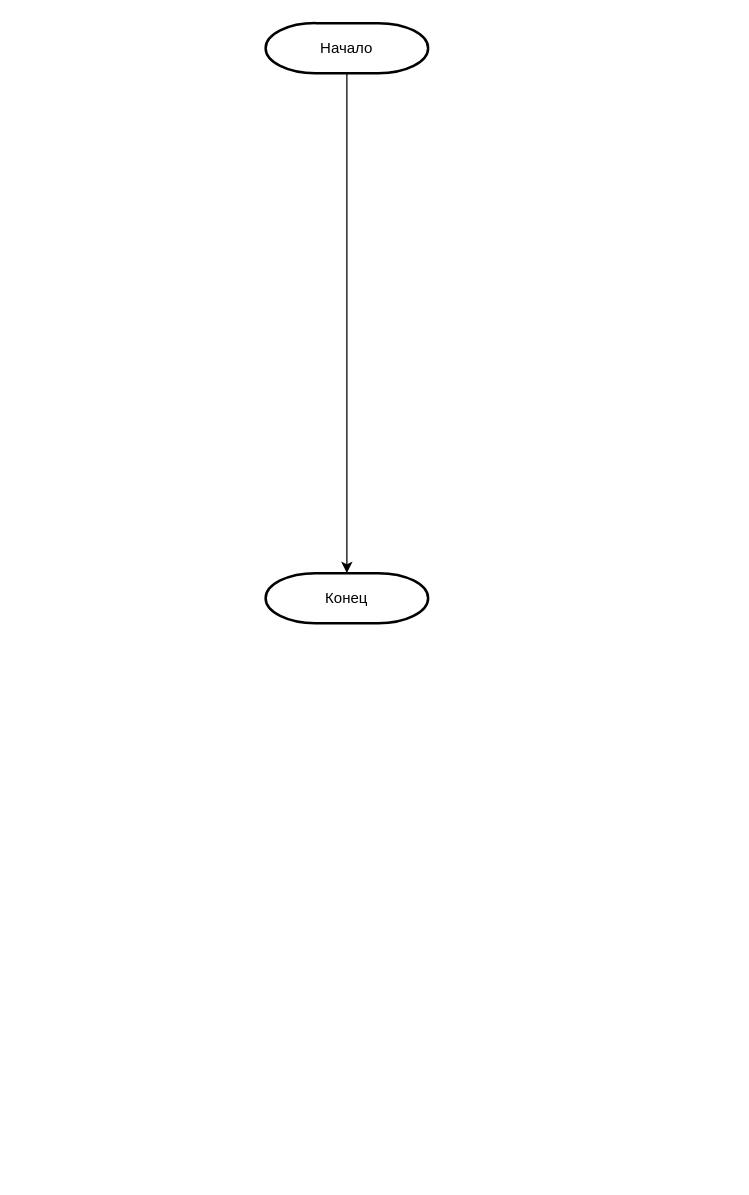
Before: Algorithm_OPZ/(4. ЧИ) Алгоритм Генерация СЗИ.drawio in SmirnovBogdan8/Diplom, a draw.io diagram. Source tidied: cells renumbered, new cells numbered last; positions are measured from the earlier drawing's top-left corner, leaving out a move shared by most shapes. Both pictures are drawn from the tidied source at 125%, with x=0, y=0 at pixel (265, 22).
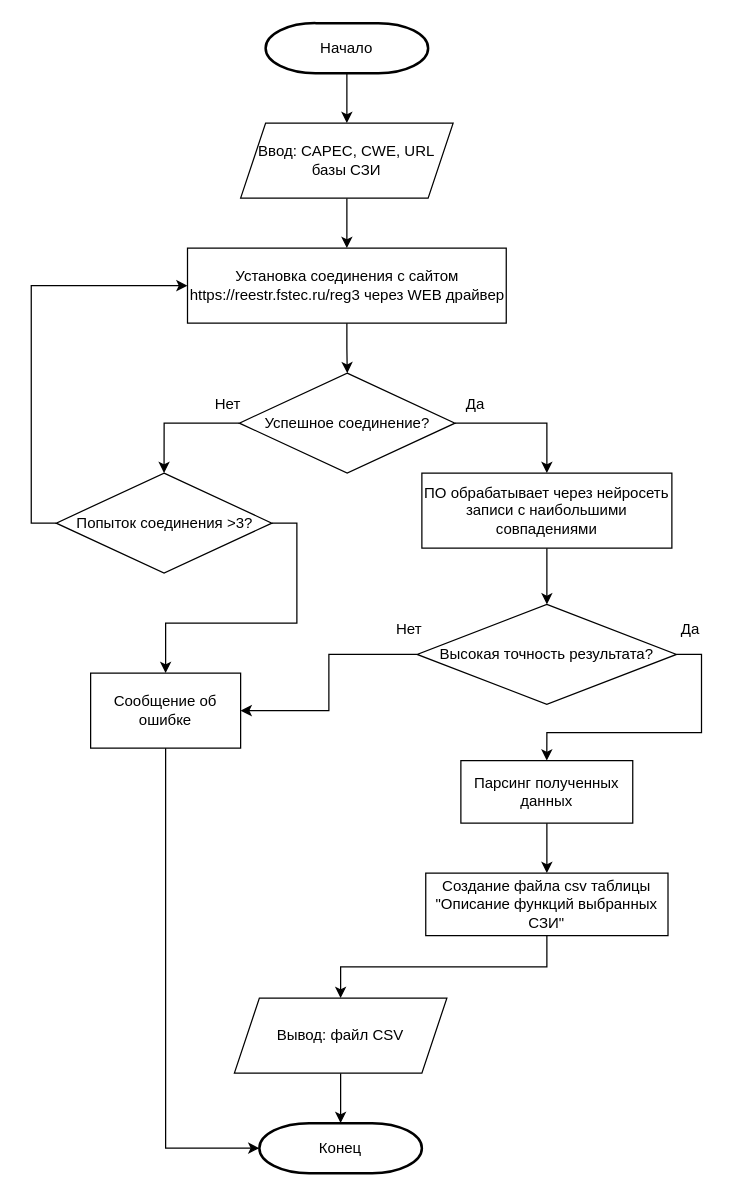
The same page after the edit.

The change refers to these unchanged cells:
```xml
<mxCell id="3" value="Начало" style="strokeWidth=2;html=1;shape=mxgraph.flowchart.terminator;whiteSpace=wrap;" parent="1" vertex="1">
  <mxGeometry width="130" height="40" as="geometry" />
</mxCell>
```

What changed in the source:
```diff
@@
-    <mxCell id="2" style="edgeStyle=orthogonalEdgeStyle;rounded=0;jettySize=auto;html=1;exitX=0.5;exitY=1;exitDx=0;exitDy=0;exitPerimeter=0;" parent="1" edge="1" source="3" target="4">
-      <mxGeometry relative="1" as="geometry" />
-    </mxCell>
+    <mxCell id="5" style="edgeStyle=orthogonalEdgeStyle;rounded=0;jettySize=auto;html=1;" parent="1" edge="1" source="3" target="7">
+      <mxGeometry relative="1" as="geometry" />
+    </mxCell>
@@
     <mxCell id="4" value="Конец" style="strokeWidth=2;html=1;shape=mxgraph.flowchart.terminator;whiteSpace=wrap;" parent="1" vertex="1">
-      <mxGeometry y="440" width="130" height="40" as="geometry" />
+      <mxGeometry x="-5" y="880" width="130" height="40" as="geometry" />
     </mxCell>
+    <mxCell id="6" style="edgeStyle=orthogonalEdgeStyle;rounded=0;jettySize=auto;html=1;" parent="1" edge="1" source="7" target="9">
+      <mxGeometry relative="1" as="geometry" />
+    </mxCell>
+    <mxCell id="7" value="Ввод: CAPEC, CWE, URL базы СЗИ" style="shape=parallelogram;perimeter=parallelogramPerimeter;whiteSpace=wrap;html=1;fixedSize=1;" parent="1" vertex="1">
+      <mxGeometry x="-20" y="80" width="170" height="60" as="geometry" />
+    </mxCell>
+    <mxCell id="8" style="edgeStyle=orthogonalEdgeStyle;rounded=0;jettySize=auto;html=1;" parent="1" edge="1" source="9" target="12">
+      <mxGeometry relative="1" as="geometry" />
+    </mxCell>
+    <mxCell id="9" value="Установка соединения с сайтом https://reestr.&lt;span style=&quot;background-color: initial;&quot;&gt;fstec.ru/&lt;/span&gt;&lt;span style=&quot;background-color: initial;&quot;&gt;reg3&lt;/span&gt;&amp;nbsp;через WEB драйвер" style="rounded=0;whiteSpace=wrap;html=1;" parent="1" vertex="1">
+      <mxGeometry x="-62.5" y="180" width="255" height="60" as="geometry" />
+    </mxCell>
+    <mxCell id="10" style="edgeStyle=orthogonalEdgeStyle;rounded=0;jettySize=auto;html=1;exitX=0;exitY=0.5;exitDx=0;exitDy=0;entryX=0.5;entryY=0;entryDx=0;entryDy=0;" parent="1" edge="1" source="12" target="15">
+      <mxGeometry relative="1" as="geometry" />
+    </mxCell>
+    <mxCell id="11" style="edgeStyle=orthogonalEdgeStyle;rounded=0;jettySize=auto;html=1;exitX=1;exitY=0.5;exitDx=0;exitDy=0;entryX=0.5;entryY=0;entryDx=0;entryDy=0;" parent="1" edge="1" source="12" target="19">
+      <mxGeometry relative="1" as="geometry" />
+    </mxCell>
+    <mxCell id="12" value="Успешное соединение?" style="rhombus;whiteSpace=wrap;html=1;" parent="1" vertex="1">
+      <mxGeometry x="-21" y="280" width="172.5" height="80" as="geometry" />
+    </mxCell>
+    <mxCell id="13" style="edgeStyle=orthogonalEdgeStyle;rounded=0;jettySize=auto;html=1;exitX=1;exitY=0.5;exitDx=0;exitDy=0;entryX=0.5;entryY=0;entryDx=0;entryDy=0;" parent="1" edge="1" source="15" target="16">
+      <mxGeometry relative="1" as="geometry" />
+    </mxCell>
+    <mxCell id="14" style="edgeStyle=orthogonalEdgeStyle;rounded=0;jettySize=auto;html=1;exitX=0;exitY=0.5;exitDx=0;exitDy=0;entryX=0;entryY=0.5;entryDx=0;entryDy=0;" parent="1" edge="1" source="15" target="9">
+      <mxGeometry relative="1" as="geometry" />
+    </mxCell>
+    <mxCell id="15" value="Попыток соединения &amp;gt;3?" style="rhombus;whiteSpace=wrap;html=1;" parent="1" vertex="1">
+      <mxGeometry x="-167.5" y="360" width="172.5" height="80" as="geometry" />
+    </mxCell>
+    <mxCell id="16" value="Сообщение об ошибке" style="rounded=0;whiteSpace=wrap;html=1;" parent="1" vertex="1">
+      <mxGeometry x="-140" y="520" width="120" height="60" as="geometry" />
+    </mxCell>
+    <mxCell id="17" style="edgeStyle=orthogonalEdgeStyle;rounded=0;jettySize=auto;html=1;exitX=0.5;exitY=1;exitDx=0;exitDy=0;entryX=0;entryY=0.5;entryDx=0;entryDy=0;entryPerimeter=0;" parent="1" edge="1" source="16" target="4">
+      <mxGeometry relative="1" as="geometry" />
+    </mxCell>
+    <mxCell id="18" style="edgeStyle=orthogonalEdgeStyle;rounded=0;jettySize=auto;html=1;" parent="1" edge="1" source="19" target="22">
+      <mxGeometry relative="1" as="geometry" />
+    </mxCell>
+    <mxCell id="19" value="ПО обрабатывает через нейросеть записи с наибольшими совпадениями" style="rounded=0;whiteSpace=wrap;html=1;" parent="1" vertex="1">
+      <mxGeometry x="125" y="360" width="200" height="60" as="geometry" />
+    </mxCell>
+    <mxCell id="20" style="edgeStyle=orthogonalEdgeStyle;rounded=0;jettySize=auto;html=1;exitX=0;exitY=0.5;exitDx=0;exitDy=0;entryX=1;entryY=0.5;entryDx=0;entryDy=0;" parent="1" edge="1" source="22" target="16">
+      <mxGeometry relative="1" as="geometry" />
+    </mxCell>
+    <mxCell id="21" style="edgeStyle=orthogonalEdgeStyle;rounded=0;jettySize=auto;html=1;exitX=1;exitY=0.5;exitDx=0;exitDy=0;entryX=0.5;entryY=0;entryDx=0;entryDy=0;" parent="1" edge="1" source="22" target="24">
+      <mxGeometry relative="1" as="geometry" />
+    </mxCell>
+    <mxCell id="22" value="Высокая точность результата?" style="rhombus;whiteSpace=wrap;html=1;" parent="1" vertex="1">
+      <mxGeometry x="121.2" y="465" width="207.5" height="80" as="geometry" />
+    </mxCell>
+    <mxCell id="23" style="edgeStyle=orthogonalEdgeStyle;rounded=0;jettySize=auto;html=1;" parent="1" edge="1" source="24" target="26">
+      <mxGeometry relative="1" as="geometry" />
+    </mxCell>
+    <mxCell id="24" value="Парсинг полученных данных" style="rounded=0;whiteSpace=wrap;html=1;" parent="1" vertex="1">
+      <mxGeometry x="156.2" y="590" width="137.5" height="50" as="geometry" />
+    </mxCell>
+    <mxCell id="25" style="edgeStyle=orthogonalEdgeStyle;rounded=0;jettySize=auto;html=1;exitX=0.5;exitY=1;exitDx=0;exitDy=0;entryX=0.5;entryY=0;entryDx=0;entryDy=0;" parent="1" edge="1" source="26" target="28">
+      <mxGeometry relative="1" as="geometry" />
+    </mxCell>
+    <mxCell id="26" value="Создание файла csv таблицы &quot;Описание функций выбранных СЗИ&quot;" style="rounded=0;whiteSpace=wrap;html=1;" parent="1" vertex="1">
+      <mxGeometry x="128.1" y="680" width="193.8" height="50" as="geometry" />
+    </mxCell>
+    <mxCell id="27" style="edgeStyle=orthogonalEdgeStyle;rounded=0;jettySize=auto;html=1;" parent="1" edge="1" source="28" target="4">
+      <mxGeometry relative="1" as="geometry" />
+    </mxCell>
+    <mxCell id="28" value="Вывод: файл CSV" style="shape=parallelogram;perimeter=parallelogramPerimeter;whiteSpace=wrap;html=1;fixedSize=1;" parent="1" vertex="1">
+      <mxGeometry x="-25" y="780" width="170" height="60" as="geometry" />
+    </mxCell>
+    <mxCell id="29" value="Да" style="text;html=1;align=center;verticalAlign=middle;whiteSpace=wrap;rounded=0;" parent="1" vertex="1">
+      <mxGeometry x="137.5" y="290" width="60" height="30" as="geometry" />
+    </mxCell>
+    <mxCell id="30" value="Нет" style="text;html=1;align=center;verticalAlign=middle;whiteSpace=wrap;rounded=0;" parent="1" vertex="1">
+      <mxGeometry x="-60" y="290" width="60" height="30" as="geometry" />
+    </mxCell>
+    <mxCell id="31" value="Да" style="text;html=1;align=center;verticalAlign=middle;whiteSpace=wrap;rounded=0;" parent="1" vertex="1">
+      <mxGeometry x="310" y="470" width="60" height="30" as="geometry" />
+    </mxCell>
+    <mxCell id="32" value="Нет" style="text;html=1;align=center;verticalAlign=middle;whiteSpace=wrap;rounded=0;" parent="1" vertex="1">
+      <mxGeometry x="85" y="470" width="60" height="30" as="geometry" />
+    </mxCell>
```
